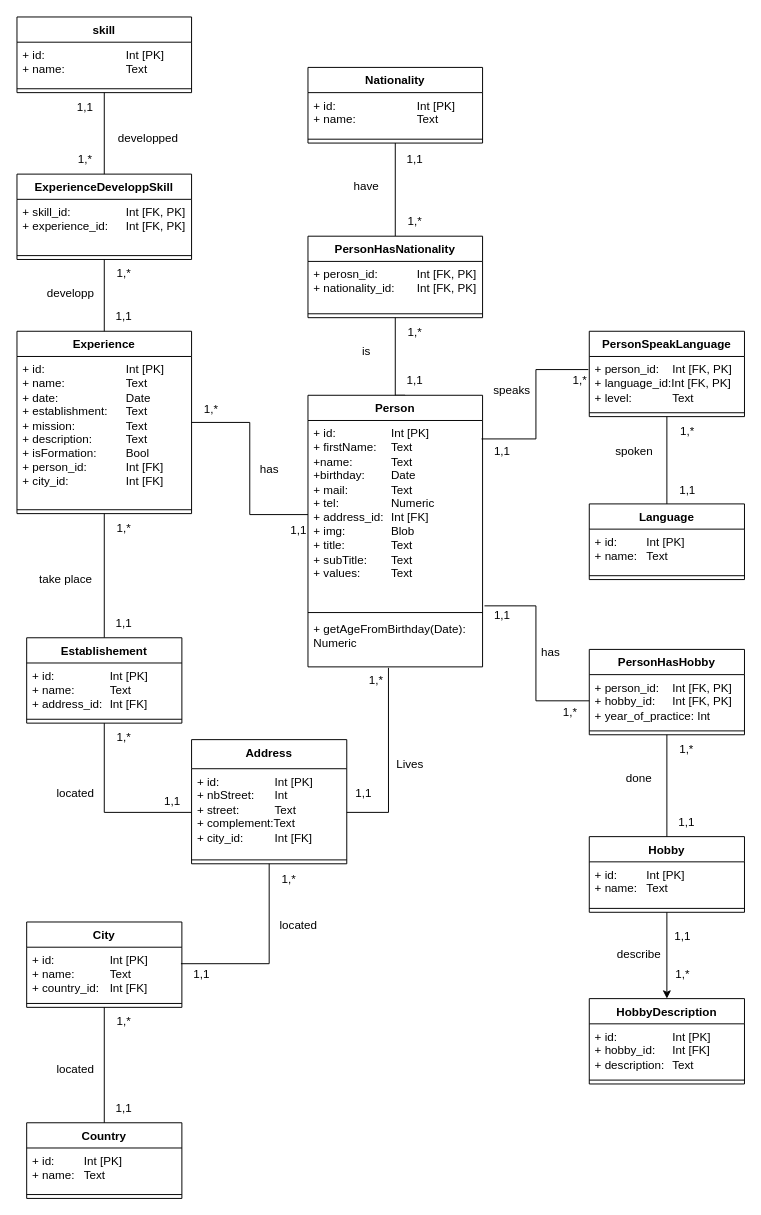
The draw.io diagram CVDB.drawio in Will2KB/CVAPI, before the edit. Source tidied: cells renumbered, new cells numbered last; positions are measured from the earlier drawing's top-left corner, leaving out a move shared by most shapes. Both pictures are drawn from the tidied source at 97%, with x=0, y=0 at pixel (16, 16).
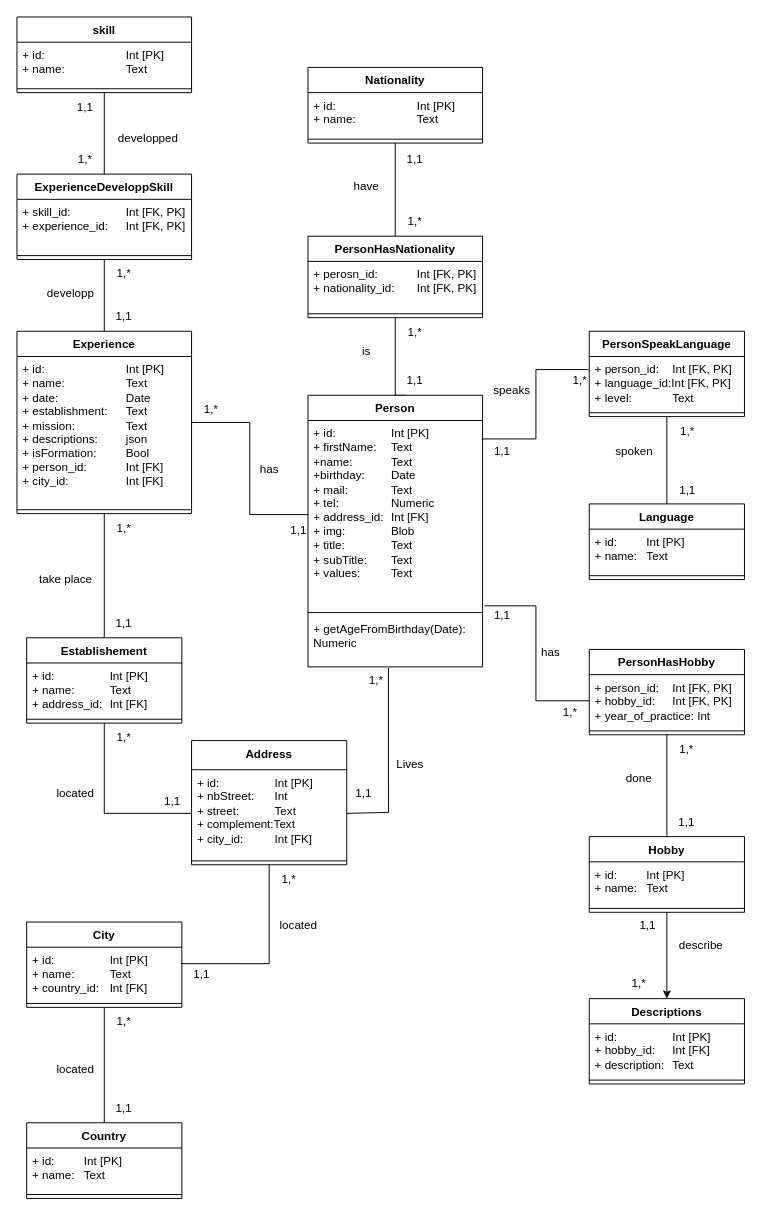
Above is the later version.

Commit message:
Mettre à jour CVDB.drawio

The change refers to these unchanged cells:
```xml
<mxCell id="6" value="Experience" style="swimlane;fontStyle=1;align=center;verticalAlign=top;horizontal=1;startSize=26;whiteSpace=wrap;html=1;" parent="1" vertex="1">
  <mxGeometry y="324" width="180" height="188" as="geometry" />
</mxCell>
```

The edit, as a diff of the source:
```diff
@@
-    <mxCell id="7" value="+ id: &lt;span style=&quot;white-space: pre;&quot;&gt;&#9;&lt;/span&gt;&lt;span style=&quot;white-space: pre;&quot;&gt;&#9;&lt;span style=&quot;white-space: pre;&quot;&gt;&#9;&lt;/span&gt;&lt;/span&gt;Int [PK]&lt;div&gt;+ name: &lt;span style=&quot;white-space: pre;&quot;&gt;&#9;&lt;/span&gt;&lt;span style=&quot;white-space: pre;&quot;&gt;&#9;&lt;span style=&quot;white-space: pre;&quot;&gt;&#9;&lt;/span&gt;&lt;/span&gt;Text&lt;/div&gt;&lt;div&gt;+ date:&lt;span style=&quot;white-space: pre;&quot;&gt;&#9;&lt;/span&gt;&lt;span style=&quot;white-space: pre;&quot;&gt;&#9;&lt;span style=&quot;white-space: pre;&quot;&gt;&#9;&lt;/span&gt;&lt;/span&gt;Date&lt;/div&gt;&lt;div&gt;+ establishment:&lt;span style=&quot;white-space: pre;&quot;&gt;&#9;&lt;/span&gt;Text&lt;/div&gt;&lt;div&gt;+ mission:&lt;span style=&quot;white-space: pre;&quot;&gt;&#9;&lt;span style=&quot;white-space: pre;&quot;&gt;&#9;&lt;/span&gt;&lt;/span&gt;Text&lt;/div&gt;&lt;div&gt;+ description:&lt;span style=&quot;white-space: pre;&quot;&gt;&#9;&lt;span style=&quot;white-space: pre;&quot;&gt;&#9;&lt;/span&gt;&lt;/span&gt;Text&lt;/div&gt;&lt;div&gt;+ isFormation:&lt;span style=&quot;white-space: pre;&quot;&gt;&#9;&lt;/span&gt;&lt;span style=&quot;white-space: pre;&quot;&gt;&#9;&lt;/span&gt;Bool&lt;/div&gt;&lt;div&gt;+ person_id:&lt;span style=&quot;white-space: pre;&quot;&gt;&#9;&lt;/span&gt;&lt;span style=&quot;white-space: pre;&quot;&gt;&#9;&lt;/span&gt;Int [FK]&lt;/div&gt;&lt;div&gt;+ city_id:&lt;span style=&quot;white-space: pre;&quot;&gt;&#9;&lt;/span&gt;&lt;span style=&quot;white-space: pre;&quot;&gt;&#9;&lt;/span&gt;&lt;span style=&quot;white-space: pre;&quot;&gt;&#9;&lt;/span&gt;Int [FK]&lt;/div&gt;" style="text;strokeColor=none;fillColor=none;align=left;verticalAlign=top;spacingLeft=4;spacingRight=4;overflow=hidden;whiteSpace=wrap;html=1;" parent="6" vertex="1">
+    <mxCell id="7" value="+ id: &lt;span style=&quot;white-space: pre;&quot;&gt;&#9;&lt;/span&gt;&lt;span style=&quot;white-space: pre;&quot;&gt;&#9;&lt;span style=&quot;white-space: pre;&quot;&gt;&#9;&lt;/span&gt;&lt;/span&gt;Int [PK]&lt;div&gt;+ name: &lt;span style=&quot;white-space: pre;&quot;&gt;&#9;&lt;/span&gt;&lt;span style=&quot;white-space: pre;&quot;&gt;&#9;&lt;span style=&quot;white-space: pre;&quot;&gt;&#9;&lt;/span&gt;&lt;/span&gt;Text&lt;/div&gt;&lt;div&gt;+ date:&lt;span style=&quot;white-space: pre;&quot;&gt;&#9;&lt;/span&gt;&lt;span style=&quot;white-space: pre;&quot;&gt;&#9;&lt;span style=&quot;white-space: pre;&quot;&gt;&#9;&lt;/span&gt;&lt;/span&gt;Date&lt;/div&gt;&lt;div&gt;+ establishment:&lt;span style=&quot;white-space: pre;&quot;&gt;&#9;&lt;/span&gt;Text&lt;/div&gt;&lt;div&gt;+ mission:&lt;span style=&quot;white-space: pre;&quot;&gt;&#9;&lt;span style=&quot;white-space: pre;&quot;&gt;&#9;&lt;/span&gt;&lt;/span&gt;Text&lt;/div&gt;&lt;div&gt;+ descriptions:&lt;span style=&quot;white-space: pre;&quot;&gt;&#9;&lt;span style=&quot;white-space: pre;&quot;&gt;&#9;&lt;/span&gt;&lt;/span&gt;json&lt;/div&gt;&lt;div&gt;+ isFormation:&lt;span style=&quot;white-space: pre;&quot;&gt;&#9;&lt;/span&gt;&lt;span style=&quot;white-space: pre;&quot;&gt;&#9;&lt;/span&gt;Bool&lt;/div&gt;&lt;div&gt;+ person_id:&lt;span style=&quot;white-space: pre;&quot;&gt;&#9;&lt;/span&gt;&lt;span style=&quot;white-space: pre;&quot;&gt;&#9;&lt;/span&gt;Int [FK]&lt;/div&gt;&lt;div&gt;+ city_id:&lt;span style=&quot;white-space: pre;&quot;&gt;&#9;&lt;/span&gt;&lt;span style=&quot;white-space: pre;&quot;&gt;&#9;&lt;/span&gt;&lt;span style=&quot;white-space: pre;&quot;&gt;&#9;&lt;/span&gt;Int [FK]&lt;/div&gt;" style="text;strokeColor=none;fillColor=none;align=left;verticalAlign=top;spacingLeft=4;spacingRight=4;overflow=hidden;whiteSpace=wrap;html=1;" parent="6" vertex="1">
       <mxGeometry y="26" width="180" height="154" as="geometry" />
     </mxCell>
@@
     <mxCell id="58" value="Address" style="swimlane;fontStyle=1;align=center;verticalAlign=top;horizontal=1;startSize=30;whiteSpace=wrap;html=1;" parent="1" vertex="1">
-      <mxGeometry x="180" y="745" width="160" height="128" as="geometry" />
+      <mxGeometry x="180" y="746" width="160" height="128" as="geometry" />
     </mxCell>
@@
-    <mxCell id="65" value="HobbyDescription" style="swimlane;fontStyle=1;align=center;verticalAlign=top;horizontal=1;startSize=26;whiteSpace=wrap;html=1;" parent="1" vertex="1">
+    <mxCell id="65" value="Descriptions" style="swimlane;fontStyle=1;align=center;verticalAlign=top;horizontal=1;startSize=26;whiteSpace=wrap;html=1;" parent="1" vertex="1">
       <mxGeometry x="590" y="1012" width="160" height="88" as="geometry" />
     </mxCell>
@@
     <mxCell id="68" value="1,*" style="text;html=1;align=center;verticalAlign=middle;strokeColor=none;fillColor=none;" parent="1" vertex="1">
-      <mxGeometry x="666" y="972" width="40" height="30" as="geometry" />
+      <mxGeometry x="621" y="982" width="40" height="30" as="geometry" />
     </mxCell>
     <mxCell id="69" value="1,1" style="text;html=1;align=center;verticalAlign=middle;strokeColor=none;fillColor=none;" parent="1" vertex="1">
-      <mxGeometry x="666" y="933" width="40" height="30" as="geometry" />
+      <mxGeometry x="630" y="922" width="40" height="30" as="geometry" />
     </mxCell>
     <mxCell id="70" value="describe" style="text;html=1;align=center;verticalAlign=middle;strokeColor=none;fillColor=none;" parent="1" vertex="1">
-      <mxGeometry x="606" y="952" width="70" height="30" as="geometry" />
+      <mxGeometry x="670" y="942" width="70" height="30" as="geometry" />
     </mxCell>
```
